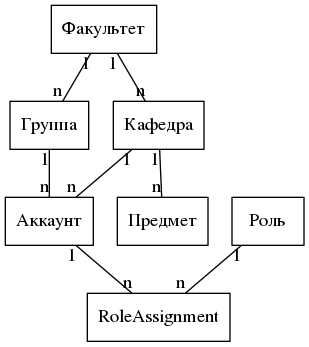
NetCrackerO2/ScheduleProject keeps this Graphviz diagram as graph.dot.png. Above is the earlier version. Its source is kept beside it as graph.dot.
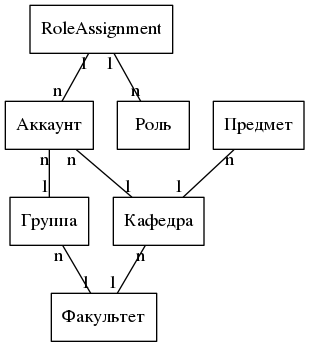
After the change.

The edit, as a diff of the source:
```diff
@@ -3,9 +3,11 @@
 	edge [arrowhead=none,arrowtail=none];
 	{
 		edge[headlabel="n",taillabel="1"];
-		Факультет->Группа->Аккаунт->RoleAssignment;
-		Факультет->Кафедра->Предмет;
-		Кафедра->Аккаунт;
-		Роль->RoleAssignment;
+		RoleAssignment->{Аккаунт,Роль};
+	}
+	{
+		edge[headlabel="1",taillabel="n"];
+		Аккаунт->{Группа,Кафедра}->Факультет;
+		Предмет->Кафедра;
 	}
 }
```
